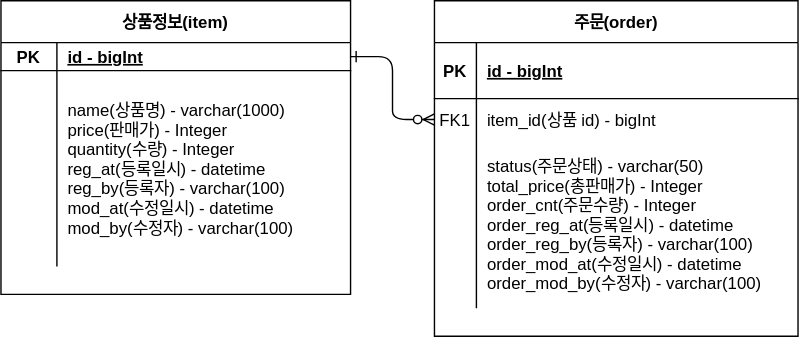
Before: document/#4 도메인설계하기.상품주문.svg, a diagram exported from draw.io (chaechaeyi/console_order_program). Source tidied: cells renumbered, new cells last; positions are measured from the earlier drawing's top-left corner, leaving out a move shared by most shapes.
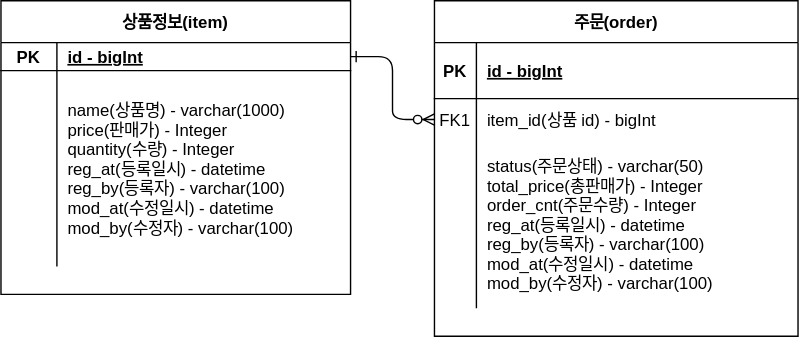
After the change.

Change to the diagram source:
```diff
@@ -32,7 +32,7 @@
     <mxCell id="11" style="shape=partialRectangle;overflow=hidden;fillColor=none;top=0;left=0;bottom=0;right=0;" parent="10" vertex="1">
       <mxGeometry width="30" height="120" as="geometry" />
     </mxCell>
-    <mxCell id="12" value="status(주문상태) - varchar(50)&#10;total_price(총판매가) - Integer&#10;order_cnt(주문수량) - Integer&#10;order_reg_at(등록일시) - datetime&#10;order_reg_by(등록자) - varchar(100) &#10;order_mod_at(수정일시) - datetime&#10;order_mod_by(수정자) - varchar(100)" style="shape=partialRectangle;overflow=hidden;fillColor=none;top=0;left=0;bottom=0;right=0;align=left;spacingLeft=6;" parent="10" vertex="1">
+    <mxCell id="12" value="status(주문상태) - varchar(50)&#10;total_price(총판매가) - Integer&#10;order_cnt(주문수량) - Integer&#10;reg_at(등록일시) - datetime&#10;reg_by(등록자) - varchar(100) &#10;mod_at(수정일시) - datetime&#10;mod_by(수정자) - varchar(100)" style="shape=partialRectangle;overflow=hidden;fillColor=none;top=0;left=0;bottom=0;right=0;align=left;spacingLeft=6;" parent="10" vertex="1">
       <mxGeometry x="30" width="230" height="120" as="geometry" />
     </mxCell>
     <mxCell id="13" value="상품정보(item)" style="shape=table;startSize=30;rowLines=0;fontStyle=1;align=center;" parent="1" vertex="1">
```
